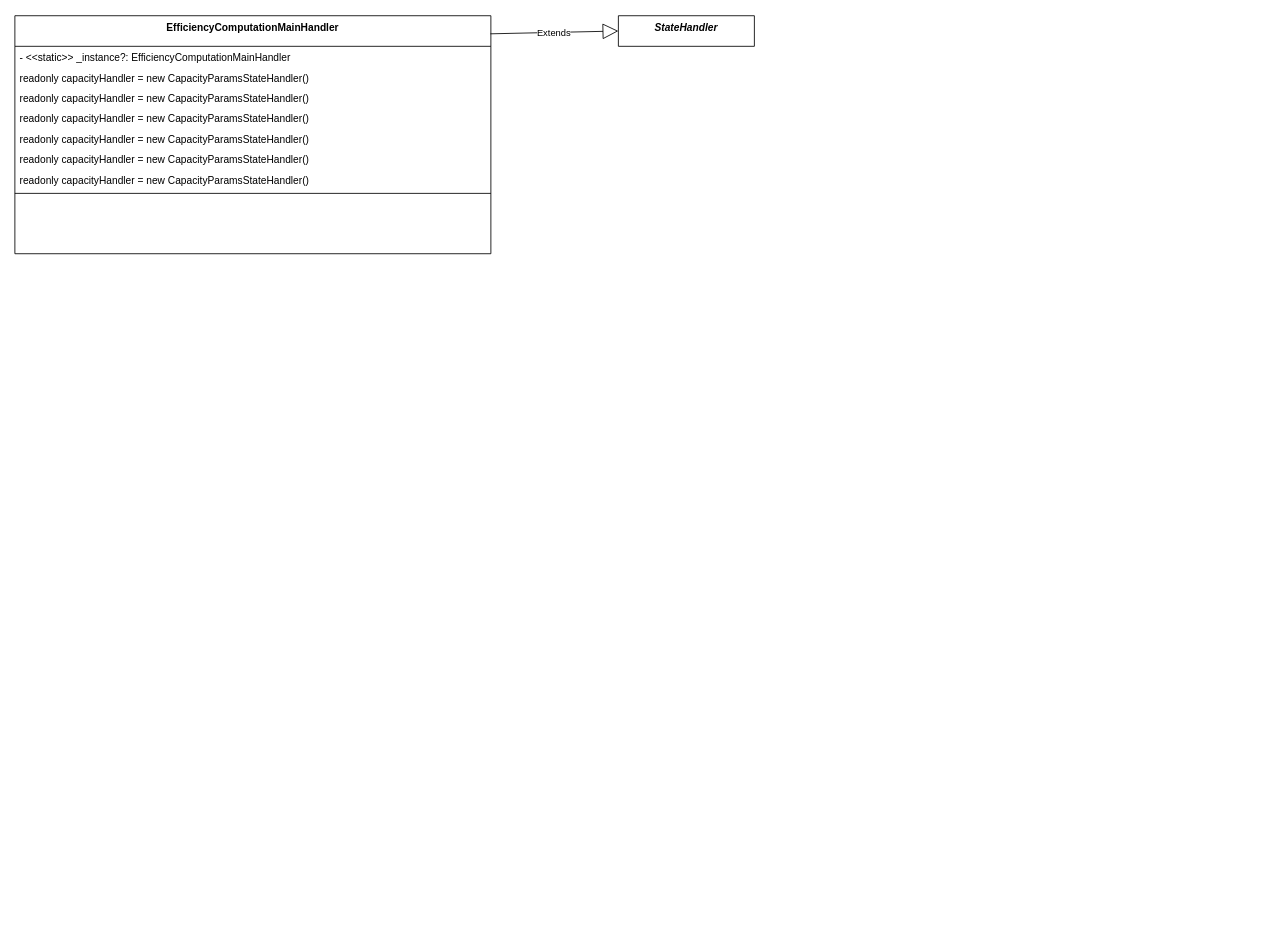
Above: page "Экономика" (2 of 2) of Модель.drawio in orlov-oleg-developer/asuter-UML (draw.io), before the change. Source tidied: cells renumbered, new cells numbered last; positions are measured from the earlier drawing's top-left corner, leaving out a move shared by most shapes. Both pictures are drawn from the tidied source at 85%, with x=0, y=0 at pixel (14, 15).
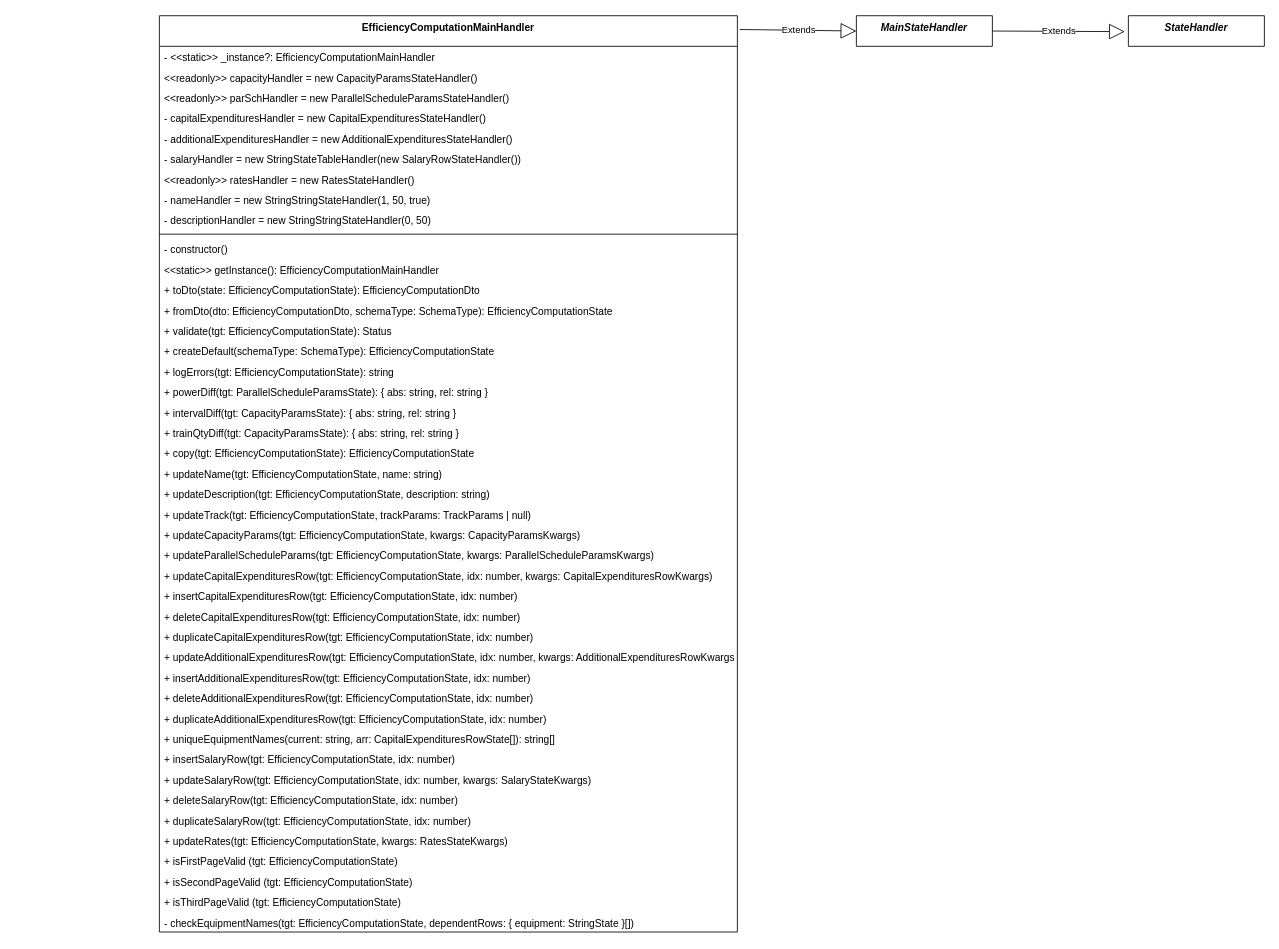
The same page after the edit.

What changed in the source:
```diff
@@
-    <mxCell id="2" value="StateHandler" style="swimlane;fontStyle=3;align=center;verticalAlign=top;horizontal=1;startSize=36;rounded=0;shadow=0;strokeWidth=1;" parent="1" vertex="1" collapsed="1">
-      <mxGeometry x="710" width="160" height="36" as="geometry" />
+    <mxCell id="2" value="MainStateHandler" style="swimlane;fontStyle=3;align=center;verticalAlign=top;horizontal=1;startSize=36;rounded=0;shadow=0;strokeWidth=1;" parent="1" vertex="1" collapsed="1">
+      <mxGeometry x="990" width="160" height="36" as="geometry" />
     </mxCell>
     <mxCell id="3" value="EfficiencyComputationMainHandler" style="swimlane;fontStyle=1;align=center;verticalAlign=top;horizontal=1;startSize=36;rounded=0;shadow=0;strokeWidth=1;" parent="1" vertex="1">
-      <mxGeometry width="560" height="280" as="geometry" />
+      <mxGeometry x="170" width="680" height="1078" as="geometry" />
     </mxCell>
     <mxCell id="4" value="- &lt;&lt;static&gt;&gt; _instance?: EfficiencyComputationMainHandler" style="text;align=left;verticalAlign=top;spacingLeft=4;spacingRight=4;overflow=hidden;" parent="3" vertex="1">
-      <mxGeometry y="36" width="560" height="24" as="geometry" />
+      <mxGeometry y="36" width="680" height="24" as="geometry" />
     </mxCell>
-    <mxCell id="5" value="readonly capacityHandler = new CapacityParamsStateHandler()" style="text;align=left;verticalAlign=top;spacingLeft=4;spacingRight=4;overflow=hidden;" parent="3" vertex="1">
-      <mxGeometry y="60" width="560" height="24" as="geometry" />
+    <mxCell id="5" value="&lt;&lt;readonly&gt;&gt; capacityHandler = new CapacityParamsStateHandler()" style="text;align=left;verticalAlign=top;spacingLeft=4;spacingRight=4;overflow=hidden;" parent="3" vertex="1">
+      <mxGeometry y="60" width="680" height="24" as="geometry" />
     </mxCell>
-    <mxCell id="6" value="readonly capacityHandler = new CapacityParamsStateHandler()" style="text;align=left;verticalAlign=top;spacingLeft=4;spacingRight=4;overflow=hidden;" parent="3" vertex="1">
-      <mxGeometry y="84" width="560" height="24" as="geometry" />
+    <mxCell id="6" value="&lt;&lt;readonly&gt;&gt; parSchHandler = new ParallelScheduleParamsStateHandler()" style="text;align=left;verticalAlign=top;spacingLeft=4;spacingRight=4;overflow=hidden;" parent="3" vertex="1">
+      <mxGeometry y="84" width="680" height="24" as="geometry" />
     </mxCell>
-    <mxCell id="7" value="readonly capacityHandler = new CapacityParamsStateHandler()" style="text;align=left;verticalAlign=top;spacingLeft=4;spacingRight=4;overflow=hidden;" parent="3" vertex="1">
-      <mxGeometry y="108" width="560" height="24" as="geometry" />
+    <mxCell id="7" value="- capitalExpendituresHandler = new CapitalExpendituresStateHandler()" style="text;align=left;verticalAlign=top;spacingLeft=4;spacingRight=4;overflow=hidden;" parent="3" vertex="1">
+      <mxGeometry y="108" width="680" height="24" as="geometry" />
     </mxCell>
-    <mxCell id="8" value="readonly capacityHandler = new CapacityParamsStateHandler()" style="text;align=left;verticalAlign=top;spacingLeft=4;spacingRight=4;overflow=hidden;" parent="3" vertex="1">
-      <mxGeometry y="132" width="560" height="24" as="geometry" />
+    <mxCell id="8" value="- additionalExpendituresHandler = new AdditionalExpendituresStateHandler()" style="text;align=left;verticalAlign=top;spacingLeft=4;spacingRight=4;overflow=hidden;" parent="3" vertex="1">
+      <mxGeometry y="132" width="680" height="24" as="geometry" />
     </mxCell>
-    <mxCell id="9" value="readonly capacityHandler = new CapacityParamsStateHandler()" style="text;align=left;verticalAlign=top;spacingLeft=4;spacingRight=4;overflow=hidden;" parent="3" vertex="1">
-      <mxGeometry y="156" width="560" height="24" as="geometry" />
+    <mxCell id="9" value="- salaryHandler = new StringStateTableHandler(new SalaryRowStateHandler())" style="text;align=left;verticalAlign=top;spacingLeft=4;spacingRight=4;overflow=hidden;" parent="3" vertex="1">
+      <mxGeometry y="156" width="680" height="24" as="geometry" />
     </mxCell>
-    <mxCell id="10" value="readonly capacityHandler = new CapacityParamsStateHandler()" style="text;align=left;verticalAlign=top;spacingLeft=4;spacingRight=4;overflow=hidden;" parent="3" vertex="1">
-      <mxGeometry y="180" width="560" height="24" as="geometry" />
+    <mxCell id="10" value="&lt;&lt;readonly&gt;&gt; ratesHandler = new RatesStateHandler()" style="text;align=left;verticalAlign=top;spacingLeft=4;spacingRight=4;overflow=hidden;" parent="3" vertex="1">
+      <mxGeometry y="180" width="680" height="24" as="geometry" />
     </mxCell>
+    <mxCell id="13" value="- nameHandler = new StringStringStateHandler(1, 50, true)" style="text;align=left;verticalAlign=top;spacingLeft=4;spacingRight=4;overflow=hidden;" parent="3" vertex="1">
+      <mxGeometry y="204" width="680" height="24" as="geometry" />
+    </mxCell>
+    <mxCell id="14" value="- descriptionHandler = new StringStringStateHandler(0, 50)" style="text;align=left;verticalAlign=top;spacingLeft=4;spacingRight=4;overflow=hidden;" parent="3" vertex="1">
+      <mxGeometry y="228" width="680" height="24" as="geometry" />
+    </mxCell>
     <mxCell id="11" style="line;html=1;strokeWidth=1;align=left;verticalAlign=middle;spacingTop=-1;spacingLeft=3;spacingRight=3;labelPosition=right;" parent="3" vertex="1">
-      <mxGeometry y="204" width="560" height="10" as="geometry" />
+      <mxGeometry y="252" width="680" height="10" as="geometry" />
     </mxCell>
+    <mxCell id="15" value="- constructor()" style="text;align=left;verticalAlign=top;spacingLeft=4;spacingRight=4;overflow=hidden;" parent="3" vertex="1">
+      <mxGeometry y="262" width="680" height="24" as="geometry" />
+    </mxCell>
+    <mxCell id="16" value="&lt;&lt;static&gt;&gt; getInstance(): EfficiencyComputationMainHandler" style="text;align=left;verticalAlign=top;spacingLeft=4;spacingRight=4;overflow=hidden;" parent="3" vertex="1">
+      <mxGeometry y="286" width="680" height="24" as="geometry" />
+    </mxCell>
+    <mxCell id="17" value="+ toDto(state: EfficiencyComputationState): EfficiencyComputationDto" style="text;align=left;verticalAlign=top;spacingLeft=4;spacingRight=4;overflow=hidden;" parent="3" vertex="1">
+      <mxGeometry y="310" width="680" height="24" as="geometry" />
+    </mxCell>
+    <mxCell id="18" value="+ fromDto(dto: EfficiencyComputationDto, schemaType: SchemaType): EfficiencyComputationState" style="text;align=left;verticalAlign=top;spacingLeft=4;spacingRight=4;overflow=hidden;" parent="3" vertex="1">
+      <mxGeometry y="334" width="680" height="24" as="geometry" />
+    </mxCell>
+    <mxCell id="19" value="+ validate(tgt: EfficiencyComputationState): Status" style="text;align=left;verticalAlign=top;spacingLeft=4;spacingRight=4;overflow=hidden;" parent="3" vertex="1">
+      <mxGeometry y="358" width="680" height="24" as="geometry" />
+    </mxCell>
+    <mxCell id="20" value="+ createDefault(schemaType: SchemaType): EfficiencyComputationState" style="text;align=left;verticalAlign=top;spacingLeft=4;spacingRight=4;overflow=hidden;" parent="3" vertex="1">
+      <mxGeometry y="382" width="680" height="24" as="geometry" />
+    </mxCell>
+    <mxCell id="21" value="+ logErrors(tgt: EfficiencyComputationState): string" style="text;align=left;verticalAlign=top;spacingLeft=4;spacingRight=4;overflow=hidden;" parent="3" vertex="1">
+      <mxGeometry y="406" width="680" height="24" as="geometry" />
+    </mxCell>
+    <mxCell id="22" value="+ powerDiff(tgt: ParallelScheduleParamsState): { abs: string, rel: string }" style="text;align=left;verticalAlign=top;spacingLeft=4;spacingRight=4;overflow=hidden;" parent="3" vertex="1">
+      <mxGeometry y="430" width="680" height="24" as="geometry" />
+    </mxCell>
+    <mxCell id="23" value="+ intervalDiff(tgt: CapacityParamsState): { abs: string, rel: string }" style="text;align=left;verticalAlign=top;spacingLeft=4;spacingRight=4;overflow=hidden;" parent="3" vertex="1">
+      <mxGeometry y="454" width="680" height="24" as="geometry" />
+    </mxCell>
+    <mxCell id="24" value="+ trainQtyDiff(tgt: CapacityParamsState): { abs: string, rel: string }" style="text;align=left;verticalAlign=top;spacingLeft=4;spacingRight=4;overflow=hidden;" parent="3" vertex="1">
+      <mxGeometry y="478" width="680" height="24" as="geometry" />
+    </mxCell>
+    <mxCell id="25" value="+ copy(tgt: EfficiencyComputationState): EfficiencyComputationState" style="text;align=left;verticalAlign=top;spacingLeft=4;spacingRight=4;overflow=hidden;" parent="3" vertex="1">
+      <mxGeometry y="502" width="680" height="24" as="geometry" />
+    </mxCell>
+    <mxCell id="26" value="+ updateName(tgt: EfficiencyComputationState, name: string)" style="text;align=left;verticalAlign=top;spacingLeft=4;spacingRight=4;overflow=hidden;" parent="3" vertex="1">
+      <mxGeometry y="526" width="680" height="24" as="geometry" />
+    </mxCell>
+    <mxCell id="27" value="+ updateDescription(tgt: EfficiencyComputationState, description: string)" style="text;align=left;verticalAlign=top;spacingLeft=4;spacingRight=4;overflow=hidden;" parent="3" vertex="1">
+      <mxGeometry y="550" width="680" height="24" as="geometry" />
+    </mxCell>
+    <mxCell id="28" value="+ updateTrack(tgt: EfficiencyComputationState, trackParams: TrackParams | null)" style="text;align=left;verticalAlign=top;spacingLeft=4;spacingRight=4;overflow=hidden;" parent="3" vertex="1">
+      <mxGeometry y="574" width="680" height="24" as="geometry" />
+    </mxCell>
+    <mxCell id="29" value="+ updateCapacityParams(tgt: EfficiencyComputationState, kwargs: CapacityParamsKwargs)" style="text;align=left;verticalAlign=top;spacingLeft=4;spacingRight=4;overflow=hidden;" parent="3" vertex="1">
+      <mxGeometry y="598" width="680" height="24" as="geometry" />
+    </mxCell>
+    <mxCell id="30" value="+ updateParallelScheduleParams(tgt: EfficiencyComputationState, kwargs: ParallelScheduleParamsKwargs)" style="text;align=left;verticalAlign=top;spacingLeft=4;spacingRight=4;overflow=hidden;" parent="3" vertex="1">
+      <mxGeometry y="622" width="680" height="24" as="geometry" />
+    </mxCell>
+    <mxCell id="31" value="+ updateCapitalExpendituresRow(tgt: EfficiencyComputationState, idx: number, kwargs: CapitalExpendituresRowKwargs)" style="text;align=left;verticalAlign=top;spacingLeft=4;spacingRight=4;overflow=hidden;" parent="3" vertex="1">
+      <mxGeometry y="646" width="680" height="24" as="geometry" />
+    </mxCell>
+    <mxCell id="32" value="+ insertCapitalExpendituresRow(tgt: EfficiencyComputationState, idx: number)" style="text;align=left;verticalAlign=top;spacingLeft=4;spacingRight=4;overflow=hidden;" parent="3" vertex="1">
+      <mxGeometry y="670" width="680" height="24" as="geometry" />
+    </mxCell>
+    <mxCell id="33" value="+ deleteCapitalExpendituresRow(tgt: EfficiencyComputationState, idx: number)" style="text;align=left;verticalAlign=top;spacingLeft=4;spacingRight=4;overflow=hidden;" parent="3" vertex="1">
+      <mxGeometry y="694" width="680" height="24" as="geometry" />
+    </mxCell>
+    <mxCell id="34" value="+ duplicateCapitalExpendituresRow(tgt: EfficiencyComputationState, idx: number)" style="text;align=left;verticalAlign=top;spacingLeft=4;spacingRight=4;overflow=hidden;" parent="3" vertex="1">
+      <mxGeometry y="718" width="680" height="24" as="geometry" />
+    </mxCell>
+    <mxCell id="35" value="+ updateAdditionalExpendituresRow(tgt: EfficiencyComputationState, idx: number, kwargs: AdditionalExpendituresRowKwargs)" style="text;align=left;verticalAlign=top;spacingLeft=4;spacingRight=4;overflow=hidden;" parent="3" vertex="1">
+      <mxGeometry y="742" width="680" height="24" as="geometry" />
+    </mxCell>
+    <mxCell id="36" value="+ insertAdditionalExpendituresRow(tgt: EfficiencyComputationState, idx: number)" style="text;align=left;verticalAlign=top;spacingLeft=4;spacingRight=4;overflow=hidden;" parent="3" vertex="1">
+      <mxGeometry y="766" width="680" height="24" as="geometry" />
+    </mxCell>
+    <mxCell id="37" value="+ deleteAdditionalExpendituresRow(tgt: EfficiencyComputationState, idx: number)" style="text;align=left;verticalAlign=top;spacingLeft=4;spacingRight=4;overflow=hidden;" parent="3" vertex="1">
+      <mxGeometry y="790" width="680" height="24" as="geometry" />
+    </mxCell>
+    <mxCell id="38" value="+ duplicateAdditionalExpendituresRow(tgt: EfficiencyComputationState, idx: number)" style="text;align=left;verticalAlign=top;spacingLeft=4;spacingRight=4;overflow=hidden;" parent="3" vertex="1">
+      <mxGeometry y="814" width="680" height="24" as="geometry" />
+    </mxCell>
+    <mxCell id="39" value="+ uniqueEquipmentNames(current: string, arr: CapitalExpendituresRowState[]): string[]" style="text;align=left;verticalAlign=top;spacingLeft=4;spacingRight=4;overflow=hidden;" parent="3" vertex="1">
+      <mxGeometry y="838" width="680" height="24" as="geometry" />
+    </mxCell>
+    <mxCell id="40" value="+ insertSalaryRow(tgt: EfficiencyComputationState, idx: number)" style="text;align=left;verticalAlign=top;spacingLeft=4;spacingRight=4;overflow=hidden;" parent="3" vertex="1">
+      <mxGeometry y="862" width="680" height="24" as="geometry" />
+    </mxCell>
+    <mxCell id="41" value="+ updateSalaryRow(tgt: EfficiencyComputationState, idx: number, kwargs: SalaryStateKwargs)" style="text;align=left;verticalAlign=top;spacingLeft=4;spacingRight=4;overflow=hidden;" parent="3" vertex="1">
+      <mxGeometry y="886" width="680" height="24" as="geometry" />
+    </mxCell>
+    <mxCell id="42" value="+ deleteSalaryRow(tgt: EfficiencyComputationState, idx: number)" style="text;align=left;verticalAlign=top;spacingLeft=4;spacingRight=4;overflow=hidden;" parent="3" vertex="1">
+      <mxGeometry y="910" width="680" height="24" as="geometry" />
+    </mxCell>
+    <mxCell id="43" value="+ duplicateSalaryRow(tgt: EfficiencyComputationState, idx: number)" style="text;align=left;verticalAlign=top;spacingLeft=4;spacingRight=4;overflow=hidden;" parent="3" vertex="1">
+      <mxGeometry y="934" width="680" height="24" as="geometry" />
+    </mxCell>
+    <mxCell id="44" value="+ updateRates(tgt: EfficiencyComputationState, kwargs: RatesStateKwargs)" style="text;align=left;verticalAlign=top;spacingLeft=4;spacingRight=4;overflow=hidden;" parent="3" vertex="1">
+      <mxGeometry y="958" width="680" height="24" as="geometry" />
+    </mxCell>
+    <mxCell id="45" value="+ isFirstPageValid (tgt: EfficiencyComputationState)" style="text;align=left;verticalAlign=top;spacingLeft=4;spacingRight=4;overflow=hidden;" parent="3" vertex="1">
+      <mxGeometry y="982" width="680" height="24" as="geometry" />
+    </mxCell>
+    <mxCell id="46" value="+ isSecondPageValid (tgt: EfficiencyComputationState)" style="text;align=left;verticalAlign=top;spacingLeft=4;spacingRight=4;overflow=hidden;" parent="3" vertex="1">
+      <mxGeometry y="1006" width="680" height="24" as="geometry" />
+    </mxCell>
+    <mxCell id="47" value="+ isThirdPageValid (tgt: EfficiencyComputationState)" style="text;align=left;verticalAlign=top;spacingLeft=4;spacingRight=4;overflow=hidden;" parent="3" vertex="1">
+      <mxGeometry y="1030" width="680" height="24" as="geometry" />
+    </mxCell>
+    <mxCell id="48" value="- checkEquipmentNames(tgt: EfficiencyComputationState, dependentRows: { equipment: StringState }[])" style="text;align=left;verticalAlign=top;spacingLeft=4;spacingRight=4;overflow=hidden;" parent="3" vertex="1">
+      <mxGeometry y="1054" width="680" height="24" as="geometry" />
+    </mxCell>
-    <mxCell id="12" value="Extends" style="endArrow=block;endSize=16;endFill=0;html=1;rounded=0;entryX=0;entryY=0.5;entryDx=0;entryDy=0;exitX=0.999;exitY=0.076;exitDx=0;exitDy=0;exitPerimeter=0;" parent="1" edge="1" source="3" target="2">
+    <mxCell id="12" value="Extends" style="endArrow=block;endSize=16;endFill=0;html=1;rounded=0;entryX=0;entryY=0.5;entryDx=0;entryDy=0;exitX=1.004;exitY=0.015;exitDx=0;exitDy=0;exitPerimeter=0;" parent="1" edge="1" source="3" target="2">
       <mxGeometry relative="1" as="geometry" />
     </mxCell>
+    <mxCell id="49" value="StateHandler" style="swimlane;fontStyle=3;align=center;verticalAlign=top;horizontal=1;startSize=36;rounded=0;shadow=0;strokeWidth=1;" parent="1" vertex="1" collapsed="1">
+      <mxGeometry x="1310" width="160" height="36" as="geometry" />
+    </mxCell>
+    <mxCell id="50" value="Extends" style="endArrow=block;endSize=16;endFill=0;html=1;rounded=0;entryX=-0.026;entryY=0.52;entryDx=0;entryDy=0;exitX=1;exitY=0.5;exitDx=0;exitDy=0;entryPerimeter=0;" parent="1" edge="1" source="2" target="49">
+      <mxGeometry relative="1" as="geometry" />
+    </mxCell>
```
